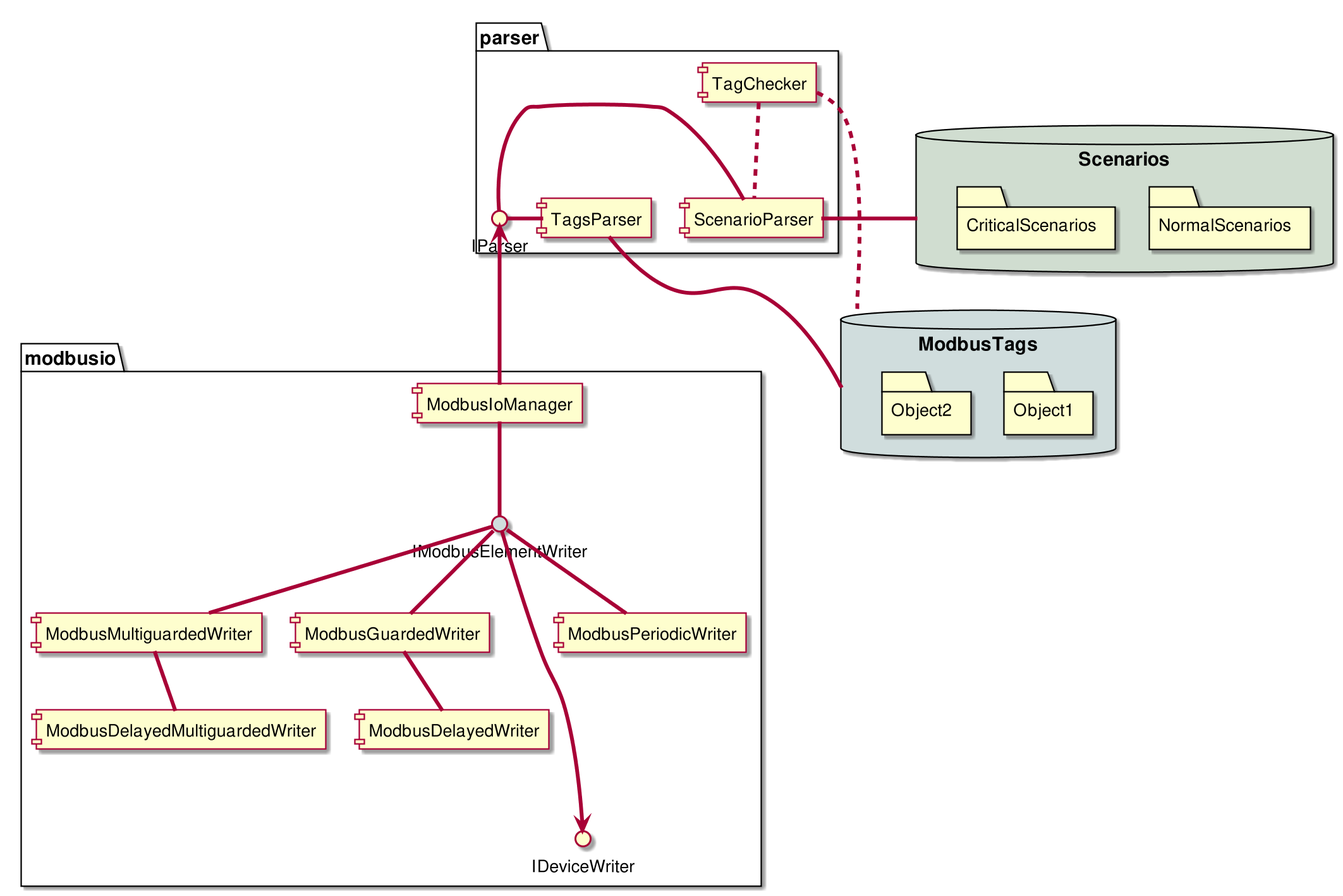
Before: Dissertation/images/modbus_class_components.png, a diagram exported from PlantUML (UlrichVonRekkenin/PhdLaTeX).
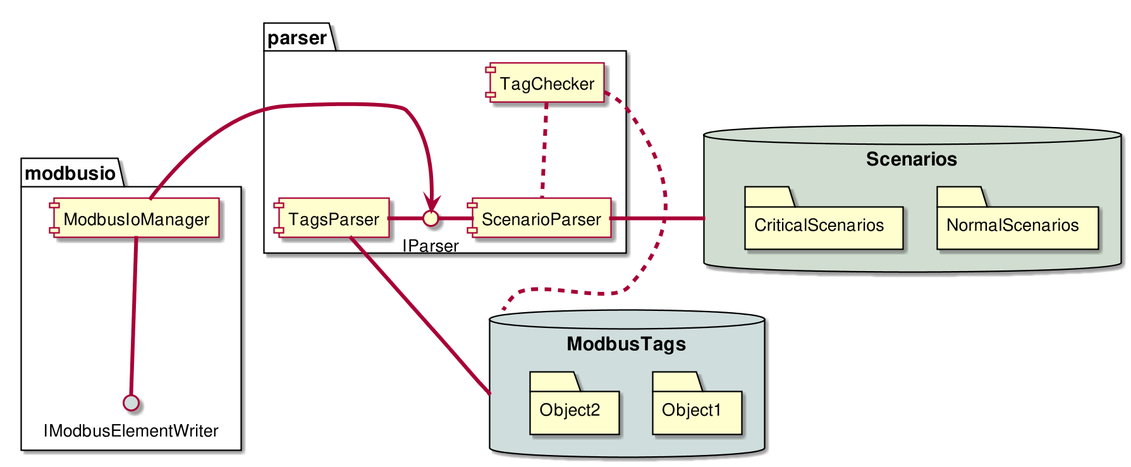
The same file after the commit.

Diff of the diagram source:
```diff
@@ -13,12 +13,6 @@
     [ModbusIoManager] as manager
     () IModbusElementWriter as iwriter #D0DDDD
     manager -- iwriter
-    iwriter ----> IDeviceWriter
-    [ModbusPeriodicWriter] -up- iwriter
-    [ModbusGuardedWriter] -up- iwriter
-    [ModbusDelayedWriter] -up- [ModbusGuardedWriter]
-    [ModbusMultiguardedWriter] -up- iwriter
-    [ModbusDelayedMultiguardedWriter] -up- [ModbusMultiguardedWriter]
 }
 
 database Scenarios #D0DDD0 {
@@ -37,7 +31,7 @@
     [TagsParser]
 }
 
-manager -up-> IParser
+manager -right-> IParser
 IParser -right- [ScenarioParser]
 [ScenarioParser] -right- Scenarios
 
```
